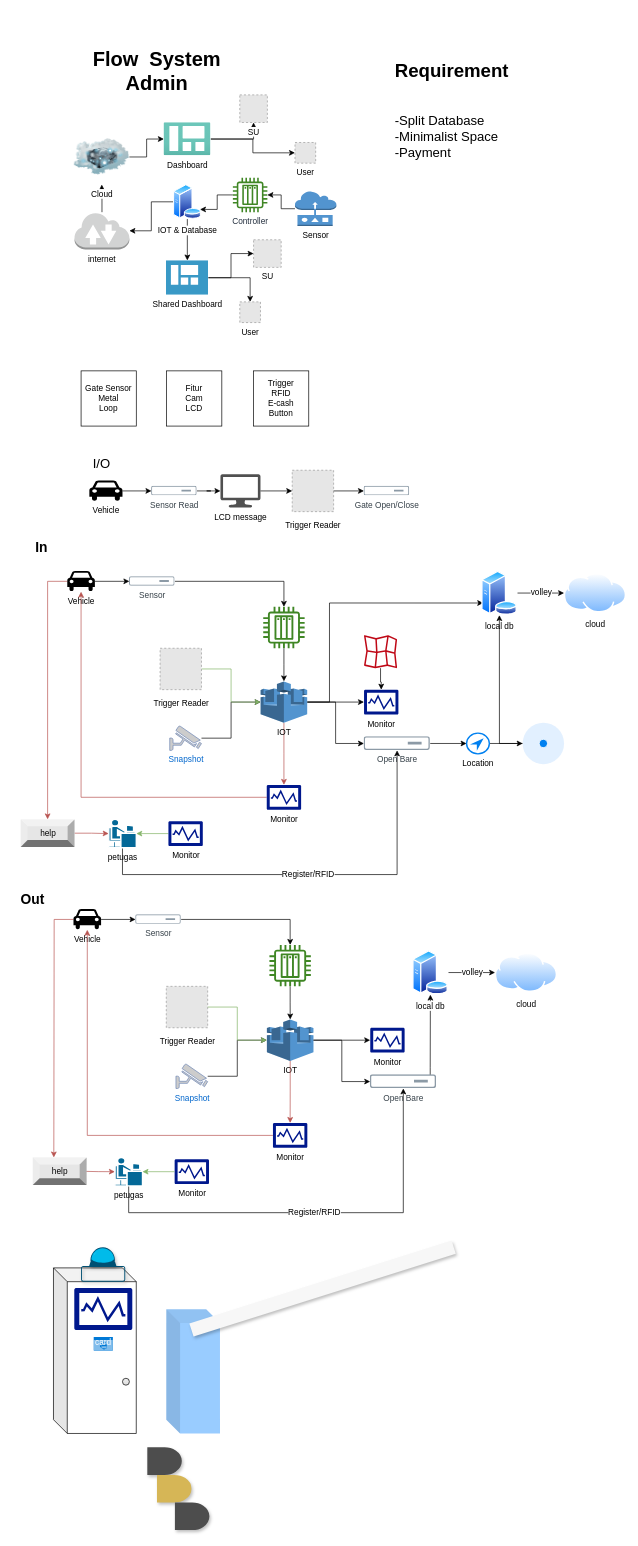
This is MetaOs.drawio from putramelia/metaos, a draw.io file, before an edit. Source tidied: cells renumbered, new cells numbered last; positions are measured from the earlier drawing's top-left corner, leaving out a move shared by most shapes. Both pictures are drawn from the tidied source at 69%, with x=0, y=0 at pixel (12, 19). Pictures stored in the file or linked from it are replaced by grey dashed boxes.
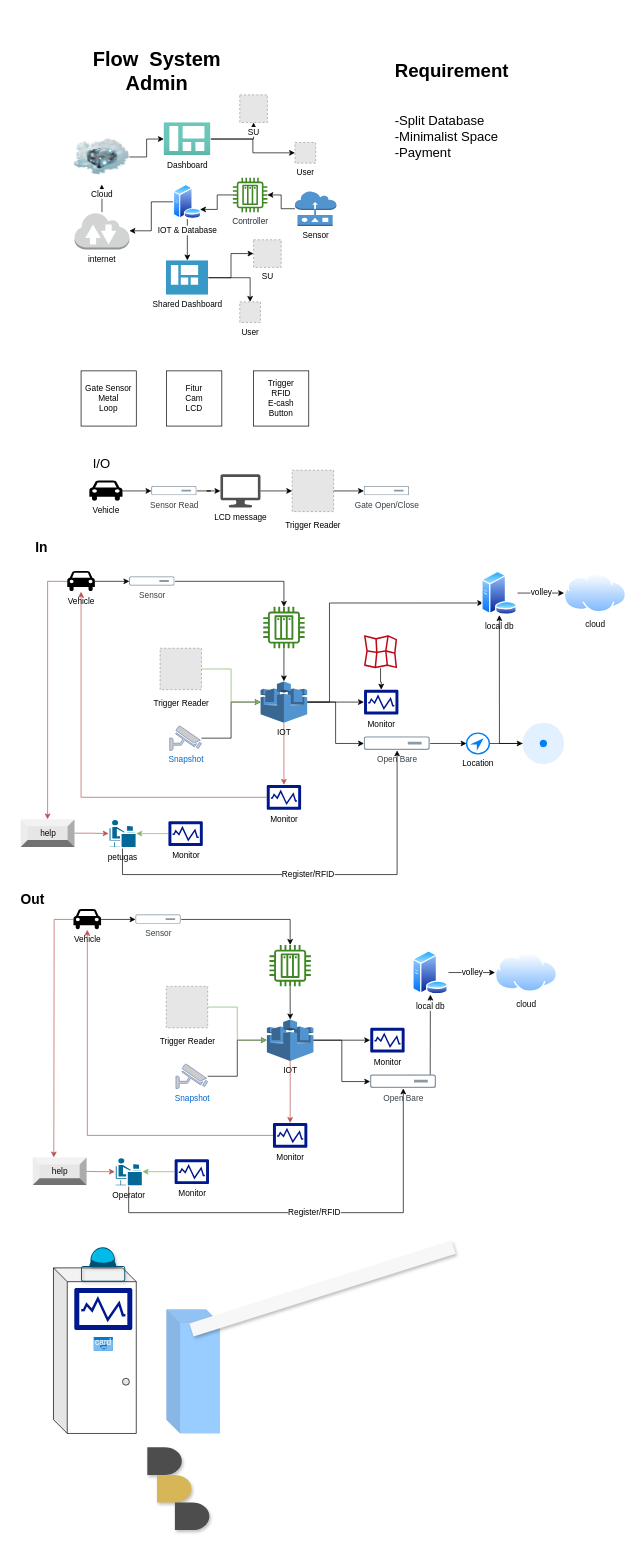
After the change.

Unchanged cells that the change refers to:
```xml
<mxCell id="76" style="group;" parent="1" vertex="1">
  <mxGeometry x="30" y="1290" width="779" height="440" as="geometry" />
</mxCell>
```

Diff of the diagram source:
```diff
@@
-    <mxCell id="100" value="petugas" style="shape=mxgraph.cisco.people.androgenous_person;html=1;dashed=0;fillColor=#036897;strokeColor=#ffffff;strokeWidth=2;verticalLabelPosition=bottom;verticalAlign=top;align=center;outlineConnect=0;fontSize=12;" parent="76" vertex="1">
+    <mxCell id="100" value="Operator" style="shape=mxgraph.cisco.people.androgenous_person;html=1;dashed=0;fillColor=#036897;strokeColor=#ffffff;strokeWidth=2;verticalLabelPosition=bottom;verticalAlign=top;align=center;outlineConnect=0;fontSize=12;" parent="76" vertex="1">
       <mxGeometry x="119" y="360" width="40" height="41.2" as="geometry" />
     </mxCell>
```
